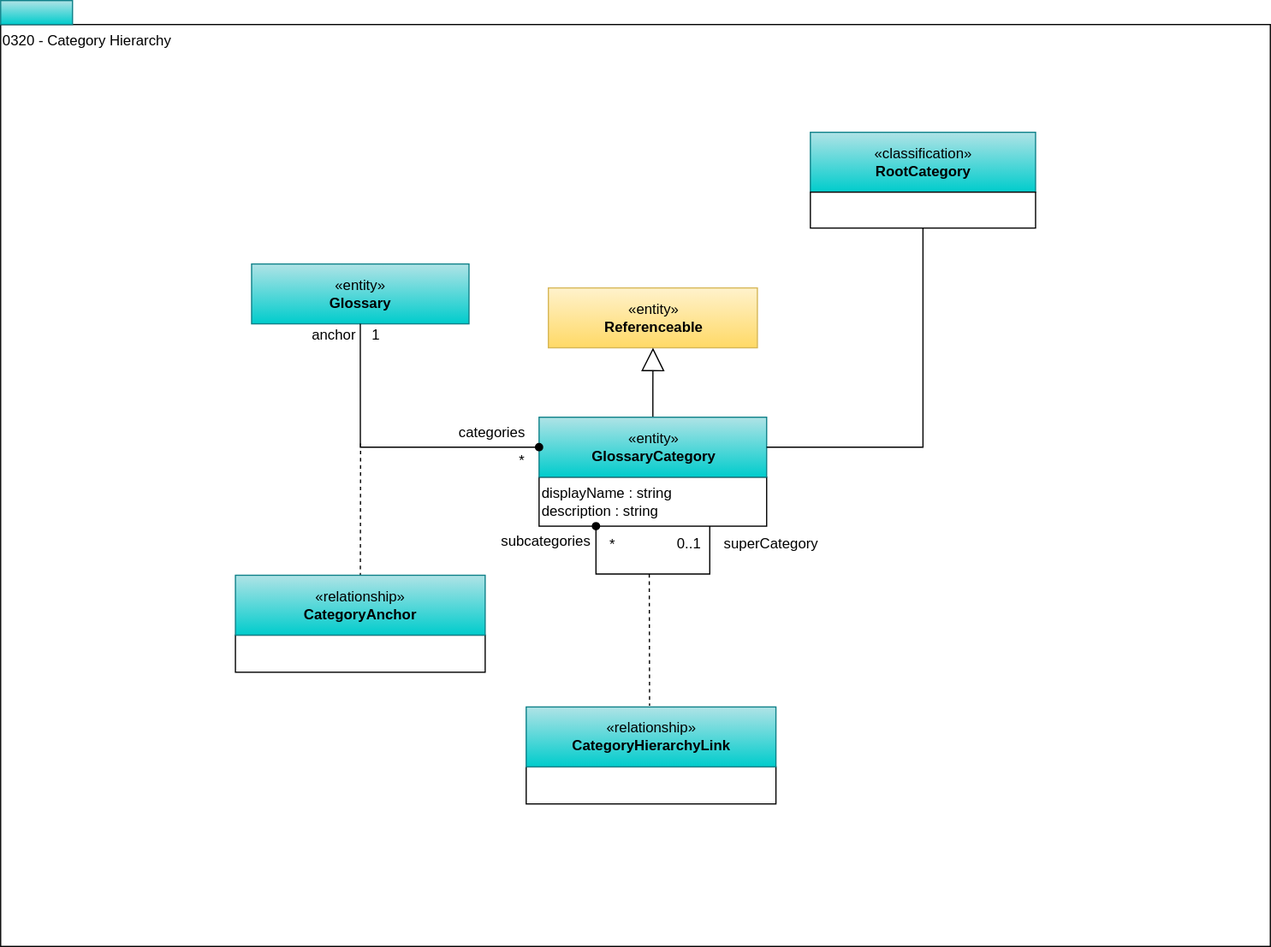
Before: site/docs/types/3/0320-Category-Hierarchy.svg, a diagram exported from draw.io (odpi/egeria-docs). Source tidied: cells renumbered, new cells last; positions are measured from the earlier drawing's top-left corner, leaving out a move shared by most shapes.
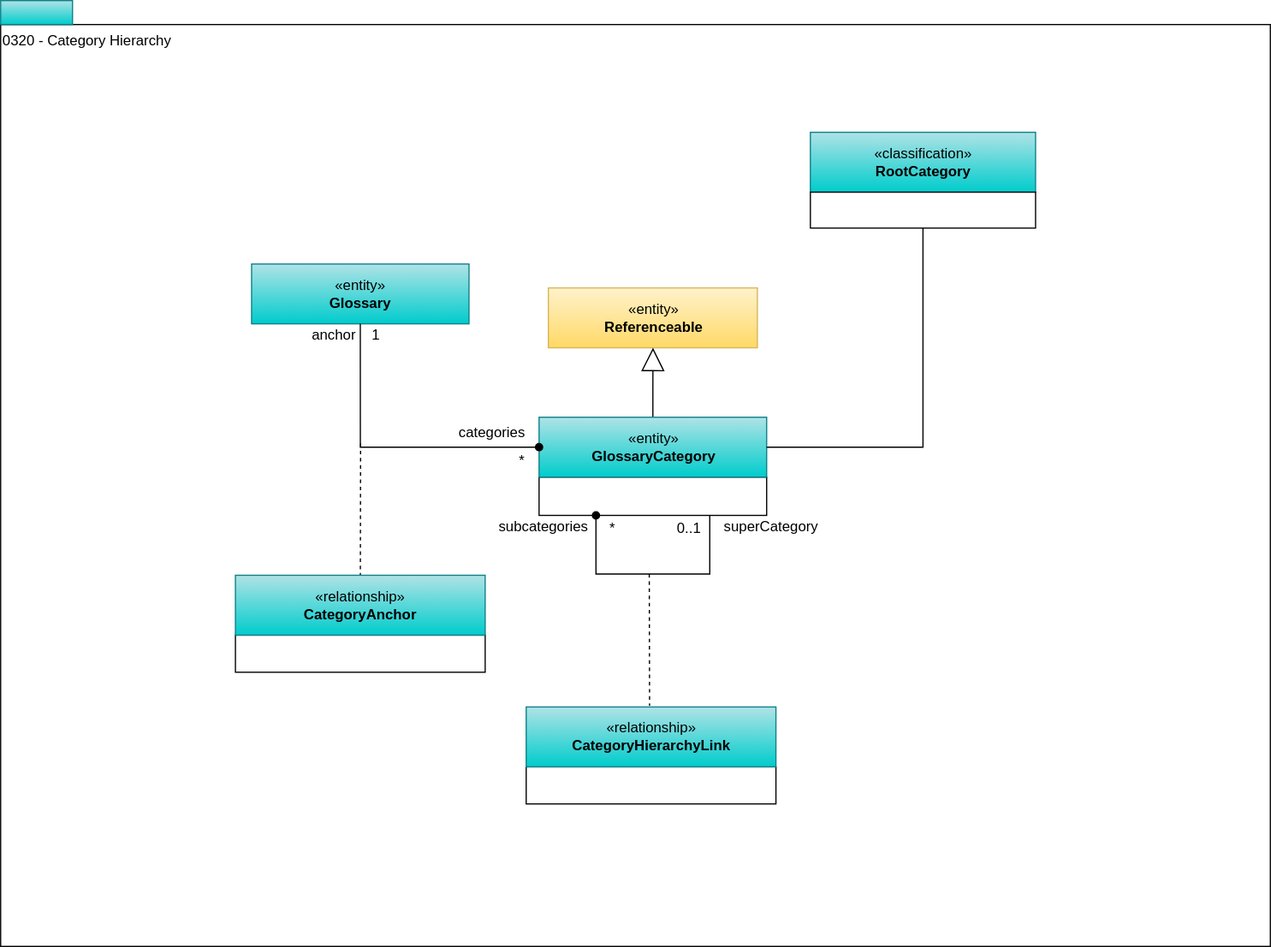
The same diagram one commit later.

Diff of the diagram source:
```diff
@@ -8,8 +8,8 @@
     <mxCell id="3" value="«entity»&lt;br&gt;&lt;b&gt;Referenceable&lt;/b&gt;" style="html=1;strokeColor=#d6b656;align=center;fillColor=#fff2cc;gradientColor=#ffd966;" parent="1" vertex="1">
       <mxGeometry x="457.2" y="240" width="174.5" height="50" as="geometry" />
     </mxCell>
-    <mxCell id="4" value="displayName : string&lt;br&gt;description : string" style="rounded=0;whiteSpace=wrap;html=1;strokeColor=#000000;gradientColor=#ffffff;align=left;" parent="1" vertex="1">
-      <mxGeometry x="449.5" y="398" width="190" height="41" as="geometry" />
+    <mxCell id="4" style="rounded=0;whiteSpace=wrap;html=1;strokeColor=#000000;gradientColor=#ffffff;align=left;" parent="1" vertex="1">
+      <mxGeometry x="449.5" y="398" width="190" height="32" as="geometry" />
     </mxCell>
     <mxCell id="5" style="rounded=0;whiteSpace=wrap;html=1;align=left;fillColor=#b0e3e6;strokeColor=#0e8088;gradientColor=#00CCCC;" parent="1" vertex="1">
       <mxGeometry width="60" height="20" as="geometry" />
@@ -55,13 +55,13 @@
       <mxGeometry x="438.8" y="590" width="208.5" height="50" as="geometry" />
     </mxCell>
     <mxCell id="16" value="*" style="text;html=1;strokeColor=none;fillColor=none;align=center;verticalAlign=middle;whiteSpace=wrap;rounded=0;" parent="1" vertex="1">
-      <mxGeometry x="497.5" y="446" width="26" height="18" as="geometry" />
+      <mxGeometry x="497.5" y="432" width="26" height="18" as="geometry" />
     </mxCell>
     <mxCell id="17" value="0..1" style="text;html=1;strokeColor=none;fillColor=none;align=center;verticalAlign=middle;whiteSpace=wrap;rounded=0;" parent="1" vertex="1">
-      <mxGeometry x="561.5" y="445" width="26" height="18" as="geometry" />
+      <mxGeometry x="561.5" y="432" width="26" height="18" as="geometry" />
     </mxCell>
     <mxCell id="18" value="superCategory" style="text;html=1;strokeColor=none;fillColor=none;align=center;verticalAlign=middle;whiteSpace=wrap;rounded=0;" parent="1" vertex="1">
-      <mxGeometry x="599.5" y="444" width="87" height="20" as="geometry" />
+      <mxGeometry x="599.5" y="430" width="87" height="20" as="geometry" />
     </mxCell>
     <mxCell id="19" value="anchor" style="text;html=1;align=center;verticalAlign=middle;" parent="1" vertex="1">
       <mxGeometry x="253" y="270" width="50" height="20" as="geometry" />
@@ -76,7 +76,7 @@
       <mxGeometry x="303" y="270" width="20" height="20" as="geometry" />
     </mxCell>
     <mxCell id="23" value="subcategories" style="text;html=1;align=center;verticalAlign=middle;" parent="1" vertex="1">
-      <mxGeometry x="409.5" y="442" width="90" height="20" as="geometry" />
+      <mxGeometry x="407.5" y="430" width="90" height="20" as="geometry" />
     </mxCell>
     <mxCell id="24" style="edgeStyle=orthogonalEdgeStyle;rounded=0;jettySize=auto;html=1;exitX=0.5;exitY=1;exitDx=0;exitDy=0;endArrow=oval;endFill=1;" parent="1" edge="1" source="9" target="7">
       <mxGeometry relative="1" as="geometry">
```
